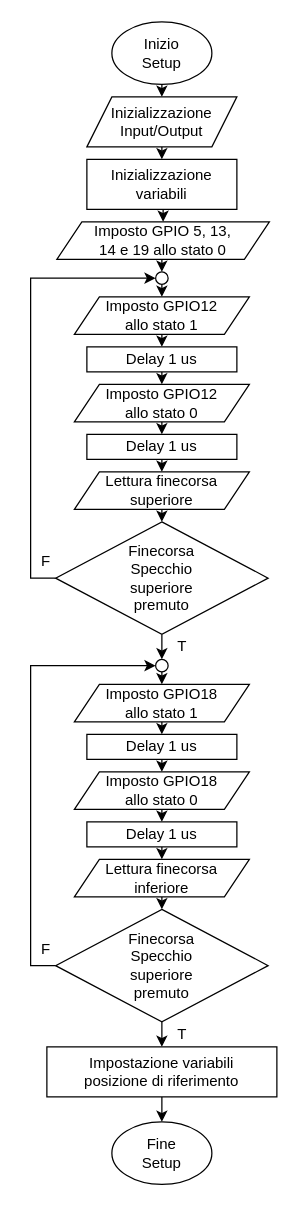
This is Draws/Flowchart/Setup.drawio from francesco-scar/Elaborato-2021, a draw.io file, before an edit. Source tidied: cells renumbered, new cells numbered last; positions are measured from the earlier drawing's top-left corner, leaving out a move shared by most shapes. Both pictures are drawn from the tidied source at 125%, with x=0, y=0 at pixel (46, 21).
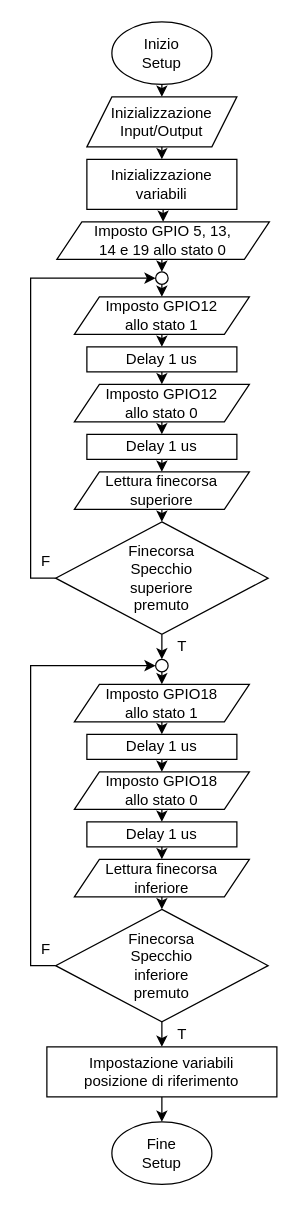
The same diagram, later.

The edit, as a diff of the source:
```diff
@@
-    <mxCell id="29" value="&lt;div style=&quot;font-size: 12px;&quot;&gt;Finecorsa&lt;/div&gt;&lt;div style=&quot;font-size: 12px;&quot;&gt;Specchio&lt;/div&gt;&lt;div style=&quot;font-size: 12px;&quot;&gt;superiore&lt;/div&gt;&lt;div style=&quot;font-size: 12px;&quot;&gt;premuto&lt;br style=&quot;font-size: 12px;&quot;&gt;&lt;/div&gt;" style="rhombus;whiteSpace=wrap;html=1;fontSize=12;" parent="1" vertex="1">
+    <mxCell id="29" value="&lt;div style=&quot;font-size: 12px&quot;&gt;Finecorsa&lt;/div&gt;&lt;div style=&quot;font-size: 12px&quot;&gt;Specchio&lt;/div&gt;&lt;div style=&quot;font-size: 12px&quot;&gt;inferiore&lt;/div&gt;&lt;div style=&quot;font-size: 12px&quot;&gt;premuto&lt;br style=&quot;font-size: 12px&quot;&gt;&lt;/div&gt;" style="rhombus;whiteSpace=wrap;html=1;fontSize=12;" parent="1" vertex="1">
       <mxGeometry x="7" y="710" width="170" height="90" as="geometry" />
     </mxCell>
```
